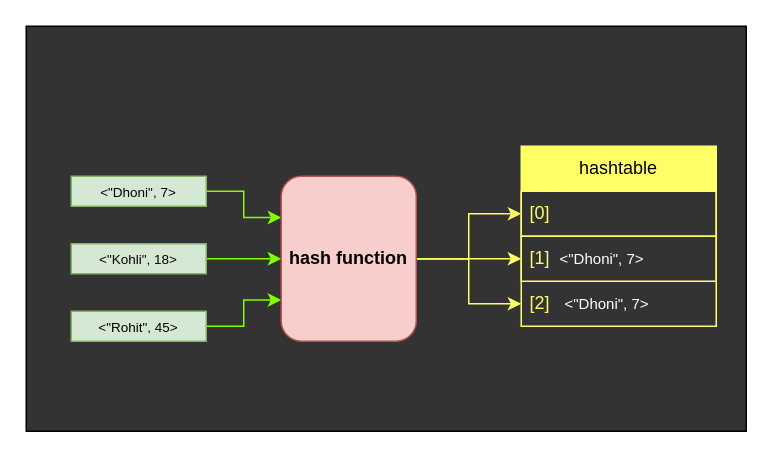
This is HashMap.drawio from PavanKoppana/blueprints, a draw.io file, before an edit. Source tidied: cells renumbered, new cells numbered last; positions are measured from the earlier drawing's top-left corner, leaving out a move shared by most shapes. Both pictures are drawn from the tidied source at 150%, with x=0, y=0 at pixel (26, 26).
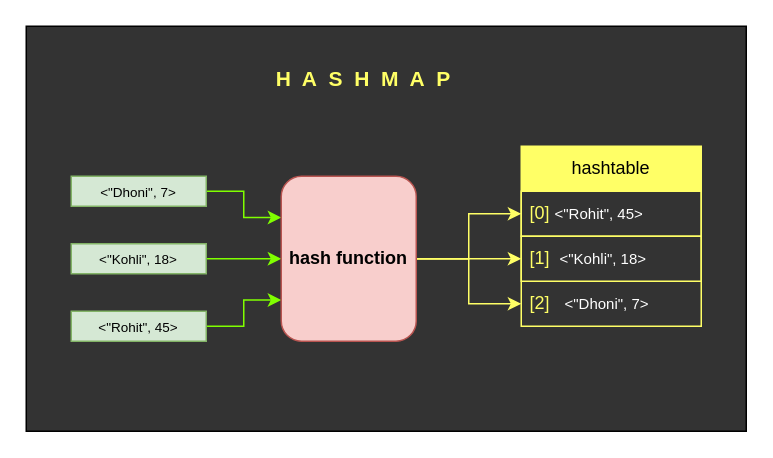
Above is the later version.

Diff of the diagram source:
```diff
@@
 <mxGraphModel>
   <root>
     <mxCell id="0" />
     <mxCell id="1" parent="0" />
     <mxCell id="2" style="rounded=0;whiteSpace=wrap;html=1;strokeColor=default;fillColor=#333333;" parent="1" vertex="1">
       <mxGeometry width="480" height="270" as="geometry" />
     </mxCell>
     <mxCell id="3" style="edgeStyle=orthogonalEdgeStyle;rounded=0;jettySize=auto;html=1;entryX=0;entryY=0.25;entryDx=0;entryDy=0;fillColor=#d5e8d4;strokeColor=#80FF00;" parent="1" edge="1" source="4" target="12">
       <mxGeometry relative="1" as="geometry" />
     </mxCell>
     <mxCell id="4" value="&lt;font style=&quot;font-size: 9px;&quot;&gt;&amp;lt;&quot;Dhoni&quot;, 7&amp;gt;&lt;/font&gt;" style="rounded=0;whiteSpace=wrap;html=1;fillColor=#d5e8d4;strokeColor=#82b366;" parent="1" vertex="1">
       <mxGeometry x="30" y="100" width="90" height="20" as="geometry" />
     </mxCell>
     <mxCell id="5" style="edgeStyle=orthogonalEdgeStyle;rounded=0;jettySize=auto;html=1;fillColor=#d5e8d4;strokeColor=#80FF00;" parent="1" edge="1" source="6" target="12">
       <mxGeometry relative="1" as="geometry" />
     </mxCell>
     <mxCell id="6" value="&lt;span style=&quot;font-size: 9px;&quot;&gt;&amp;lt;&quot;Kohli&quot;, 18&amp;gt;&lt;/span&gt;" style="rounded=0;whiteSpace=wrap;html=1;fillColor=#d5e8d4;strokeColor=#82b366;" parent="1" vertex="1">
       <mxGeometry x="30" y="145" width="90" height="20" as="geometry" />
     </mxCell>
     <mxCell id="7" style="edgeStyle=orthogonalEdgeStyle;rounded=0;jettySize=auto;html=1;entryX=0;entryY=0.75;entryDx=0;entryDy=0;fillColor=#d5e8d4;strokeColor=#80FF00;" parent="1" edge="1" source="8" target="12">
       <mxGeometry relative="1" as="geometry" />
     </mxCell>
     <mxCell id="8" value="&lt;span style=&quot;font-size: 9px;&quot;&gt;&amp;lt;&quot;Rohit&quot;, 45&amp;gt;&lt;/span&gt;" style="rounded=0;whiteSpace=wrap;html=1;fillColor=#d5e8d4;strokeColor=#82b366;" parent="1" vertex="1">
       <mxGeometry x="30" y="190" width="90" height="20" as="geometry" />
     </mxCell>
     <mxCell id="9" style="edgeStyle=orthogonalEdgeStyle;rounded=0;jettySize=auto;html=1;entryX=0;entryY=0.5;entryDx=0;entryDy=0;strokeColor=#FFFF66;" parent="1" edge="1" source="12" target="14">
       <mxGeometry relative="1" as="geometry" />
     </mxCell>
     <mxCell id="10" style="edgeStyle=orthogonalEdgeStyle;rounded=0;jettySize=auto;html=1;entryX=0;entryY=0.5;entryDx=0;entryDy=0;strokeColor=#FFFF66;" parent="1" edge="1" source="12" target="15">
       <mxGeometry relative="1" as="geometry" />
     </mxCell>
     <mxCell id="11" style="edgeStyle=orthogonalEdgeStyle;rounded=0;jettySize=auto;html=1;strokeColor=#FFFF66;" parent="1" edge="1" source="12" target="16">
       <mxGeometry relative="1" as="geometry" />
     </mxCell>
     <mxCell id="12" value="&lt;b&gt;hash function&lt;/b&gt;" style="rounded=1;whiteSpace=wrap;html=1;fillColor=#f8cecc;strokeColor=#b85450;" parent="1" vertex="1">
       <mxGeometry x="170" y="100" width="90" height="110" as="geometry" />
     </mxCell>
     <mxCell id="13" value="hashtable" style="swimlane;fontStyle=0;horizontal=1;startSize=30;whiteSpace=wrap;html=1;strokeColor=#FFFF66;fillColor=#FFFF66;" parent="1" vertex="1">
-      <mxGeometry x="330" y="80" width="130" height="120" as="geometry" />
+      <mxGeometry x="330" y="80" width="120" height="120" as="geometry" />
     </mxCell>
-    <mxCell id="14" value="&lt;font style=&quot;color: rgb(255, 255, 102);&quot;&gt;[0]&lt;/font&gt;" style="text;strokeColor=#FFFF66;fillColor=none;align=left;verticalAlign=middle;spacingLeft=4;spacingRight=4;overflow=hidden;points=[[0,0.5],[1,0.5]];portConstraint=eastwest;whiteSpace=wrap;html=1;" parent="13" vertex="1">
-      <mxGeometry y="30" width="130" height="30" as="geometry" />
+    <mxCell id="14" value="&lt;font style=&quot;color: rgb(255, 255, 102);&quot;&gt;[0]&amp;nbsp;&lt;/font&gt;&lt;span style=&quot;color: rgb(255, 255, 255); font-size: 10px; text-align: center;&quot;&gt;&amp;lt;&quot;Rohit&quot;, 45&amp;gt;&lt;/span&gt;" style="text;strokeColor=#FFFF66;fillColor=none;align=left;verticalAlign=middle;spacingLeft=4;spacingRight=4;overflow=hidden;points=[[0,0.5],[1,0.5]];portConstraint=eastwest;whiteSpace=wrap;html=1;" parent="13" vertex="1">
+      <mxGeometry y="30" width="120" height="30" as="geometry" />
     </mxCell>
-    <mxCell id="15" value="&lt;font style=&quot;color: rgb(255, 255, 102);&quot;&gt;[1]&amp;nbsp;&amp;nbsp;&lt;span style=&quot;color: rgb(255, 255, 255); font-size: 10px; text-align: center;&quot;&gt;&amp;lt;&quot;Dhoni&quot;, 7&amp;gt;&lt;/span&gt;&amp;nbsp;&lt;/font&gt;" style="text;strokeColor=#FFFF66;fillColor=none;align=left;verticalAlign=middle;spacingLeft=4;spacingRight=4;overflow=hidden;points=[[0,0.5],[1,0.5]];portConstraint=eastwest;whiteSpace=wrap;html=1;" parent="13" vertex="1">
-      <mxGeometry y="60" width="130" height="30" as="geometry" />
+    <mxCell id="15" value="&lt;font style=&quot;color: rgb(255, 255, 102);&quot;&gt;[1]&amp;nbsp;&amp;nbsp;&lt;span style=&quot;color: rgb(255, 255, 255); font-size: 10px; text-align: center;&quot;&gt;&amp;lt;&quot;Kohli&quot;, 18&amp;gt;&lt;/span&gt;&amp;nbsp;&lt;/font&gt;" style="text;strokeColor=#FFFF66;fillColor=none;align=left;verticalAlign=middle;spacingLeft=4;spacingRight=4;overflow=hidden;points=[[0,0.5],[1,0.5]];portConstraint=eastwest;whiteSpace=wrap;html=1;" parent="13" vertex="1">
+      <mxGeometry y="60" width="120" height="30" as="geometry" />
     </mxCell>
     <mxCell id="16" value="&lt;font style=&quot;color: rgb(255, 255, 102);&quot;&gt;[2]&amp;nbsp; &amp;nbsp;&lt;/font&gt;&lt;span style=&quot;text-align: center;&quot;&gt;&lt;font style=&quot;font-size: 10px; color: rgb(255, 255, 255);&quot;&gt;&amp;lt;&quot;Dhoni&quot;, 7&amp;gt;&lt;/font&gt;&lt;/span&gt;" style="text;strokeColor=none;fillColor=none;align=left;verticalAlign=middle;spacingLeft=4;spacingRight=4;overflow=hidden;points=[[0,0.5],[1,0.5]];portConstraint=eastwest;whiteSpace=wrap;html=1;" parent="13" vertex="1">
-      <mxGeometry y="90" width="130" height="30" as="geometry" />
+      <mxGeometry y="90" width="120" height="30" as="geometry" />
     </mxCell>
+    <mxCell id="17" value="&lt;b&gt;&lt;font style=&quot;color: rgb(255, 255, 102); font-size: 14px;&quot;&gt;H&amp;nbsp; A&amp;nbsp; S&amp;nbsp; H&amp;nbsp; M&amp;nbsp; A&amp;nbsp; P&lt;/font&gt;&lt;/b&gt;" style="text;html=1;align=center;verticalAlign=middle;whiteSpace=wrap;rounded=0;" parent="1" vertex="1">
+      <mxGeometry x="150" y="20" width="150" height="30" as="geometry" />
+    </mxCell>
   </root>
 </mxGraphModel>
```
